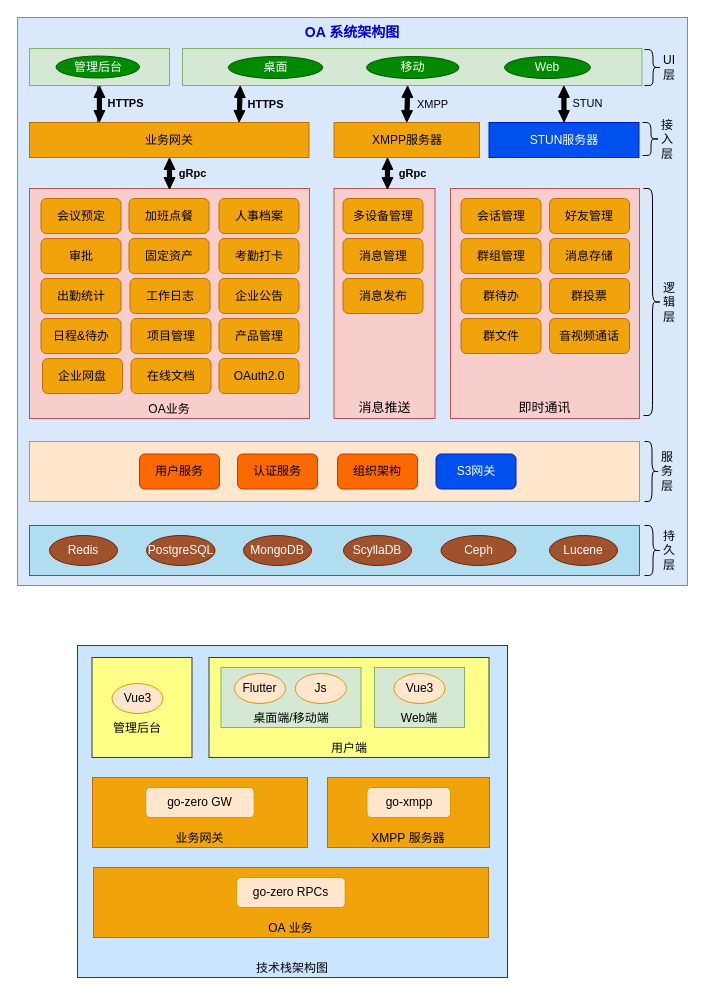
This is page "OA架构图" (3 of 4) of StreamOA架构设计.drawio from zebra-min/my-design, a draw.io file, before an edit. Source tidied: cells renumbered, new cells numbered last; positions are measured from the earlier drawing's top-left corner, leaving out a move shared by most shapes. Both pictures are drawn from the tidied source at 100%, with x=0, y=0 at pixel (17, 17).
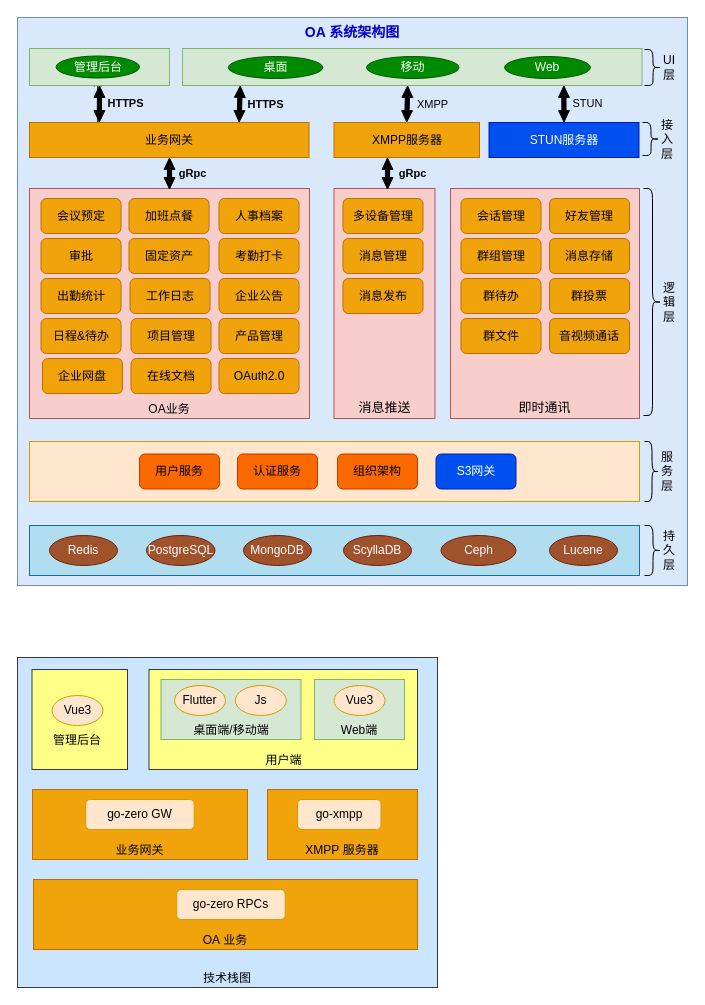
The same diagram, later.

Commit message:
更新StreamOA架构设计.drawio

Change to the diagram source:
```diff
@@
-    <mxCell id="2" value="技术栈架构图" style="rounded=0;whiteSpace=wrap;html=1;fillColor=#cce5ff;strokeColor=#36393d;verticalAlign=bottom;" parent="1" vertex="1">
-      <mxGeometry x="60" y="628" width="430" height="332" as="geometry" />
+    <mxCell id="2" value="技术栈图" style="rounded=0;whiteSpace=wrap;html=1;fillColor=#cce5ff;strokeColor=#36393d;verticalAlign=bottom;" parent="1" vertex="1">
+      <mxGeometry y="640" width="420" height="330" as="geometry" />
     </mxCell>
     <mxCell id="3" value="用户端" style="rounded=0;whiteSpace=wrap;html=1;verticalAlign=bottom;fillColor=#ffff88;strokeColor=#36393d;" parent="1" vertex="1">
-      <mxGeometry x="191.5" y="640" width="280" height="100" as="geometry" />
+      <mxGeometry x="131.5" y="652" width="268.5" height="100" as="geometry" />
     </mxCell>
@@
     <mxCell id="73" style="rounded=0;whiteSpace=wrap;html=1;verticalAlign=bottom;fillColor=#ffff88;strokeColor=#36393d;" parent="1" vertex="1">
-      <mxGeometry x="74.5" y="640" width="100" height="100" as="geometry" />
+      <mxGeometry x="14.5" y="652" width="95.5" height="100" as="geometry" />
     </mxCell>
     <mxCell id="74" value="Vue3" style="ellipse;whiteSpace=wrap;html=1;fillColor=#ffe6cc;strokeColor=#d79b00;" parent="1" vertex="1">
-      <mxGeometry x="94.5" y="666" width="51" height="30" as="geometry" />
+      <mxGeometry x="34.5" y="678" width="51" height="30" as="geometry" />
     </mxCell>
     <mxCell id="75" value="桌面端/移动端" style="rounded=0;whiteSpace=wrap;html=1;verticalAlign=bottom;fillColor=#d5e8d4;strokeColor=#82b366;" parent="1" vertex="1">
-      <mxGeometry x="203.5" y="650" width="140" height="60" as="geometry" />
+      <mxGeometry x="143.5" y="662" width="140" height="60" as="geometry" />
     </mxCell>
     <mxCell id="76" value="Flutter" style="ellipse;whiteSpace=wrap;html=1;fillColor=#ffe6cc;strokeColor=#d79b00;" parent="1" vertex="1">
-      <mxGeometry x="217" y="656" width="51" height="30" as="geometry" />
+      <mxGeometry x="157" y="668" width="51" height="30" as="geometry" />
     </mxCell>
     <mxCell id="77" value="Js" style="ellipse;whiteSpace=wrap;html=1;fillColor=#ffe6cc;strokeColor=#d79b00;" parent="1" vertex="1">
-      <mxGeometry x="277.8" y="656" width="51" height="30" as="geometry" />
+      <mxGeometry x="217.8" y="668" width="51" height="30" as="geometry" />
     </mxCell>
     <mxCell id="78" value="Web端" style="rounded=0;whiteSpace=wrap;html=1;verticalAlign=bottom;fillColor=#d5e8d4;strokeColor=#82b366;" parent="1" vertex="1">
-      <mxGeometry x="357" y="650" width="90" height="60" as="geometry" />
+      <mxGeometry x="297" y="662" width="90" height="60" as="geometry" />
     </mxCell>
     <mxCell id="79" value="Vue3" style="ellipse;whiteSpace=wrap;html=1;fillColor=#ffe6cc;strokeColor=#d79b00;" parent="1" vertex="1">
-      <mxGeometry x="376.5" y="656" width="51" height="30" as="geometry" />
+      <mxGeometry x="316.5" y="668" width="51" height="30" as="geometry" />
     </mxCell>
     <mxCell id="80" value="管理后台" style="text;html=1;align=center;verticalAlign=middle;whiteSpace=wrap;rounded=0;" parent="1" vertex="1">
-      <mxGeometry x="90" y="696" width="60" height="30" as="geometry" />
+      <mxGeometry x="30" y="708" width="60" height="30" as="geometry" />
     </mxCell>
     <mxCell id="81" value="业务网关" style="rounded=0;whiteSpace=wrap;html=1;fillColor=#f0a30a;strokeColor=#BD7000;fontColor=#000000;verticalAlign=bottom;" parent="1" vertex="1">
-      <mxGeometry x="75" y="760" width="215" height="70" as="geometry" />
+      <mxGeometry x="15" y="772" width="215" height="70" as="geometry" />
     </mxCell>
     <mxCell id="82" value="go-zero GW" style="rounded=1;whiteSpace=wrap;html=1;fillColor=#ffe6cc;strokeColor=#d79b00;" parent="1" vertex="1">
-      <mxGeometry x="128.2" y="770" width="108.5" height="30" as="geometry" />
+      <mxGeometry x="68.2" y="782" width="108.5" height="30" as="geometry" />
     </mxCell>
     <mxCell id="83" value="XMPP&amp;nbsp;服务器" style="rounded=0;whiteSpace=wrap;html=1;fillColor=#f0a30a;strokeColor=#BD7000;fontColor=#000000;verticalAlign=bottom;" parent="1" vertex="1">
-      <mxGeometry x="310" y="760" width="162" height="70" as="geometry" />
+      <mxGeometry x="250" y="772" width="150" height="70" as="geometry" />
     </mxCell>
     <mxCell id="84" value="go-xmpp" style="rounded=1;whiteSpace=wrap;html=1;fillColor=#ffe6cc;strokeColor=#d79b00;" parent="1" vertex="1">
-      <mxGeometry x="349.5" y="770" width="83.5" height="30" as="geometry" />
+      <mxGeometry x="280" y="782" width="83.5" height="30" as="geometry" />
     </mxCell>
     <mxCell id="85" value="OA&amp;nbsp;业务" style="rounded=0;whiteSpace=wrap;html=1;fillColor=#f0a30a;fontColor=#000000;strokeColor=#BD7000;verticalAlign=bottom;" parent="1" vertex="1">
-      <mxGeometry x="76" y="850" width="395" height="70" as="geometry" />
+      <mxGeometry x="16" y="862" width="384" height="70" as="geometry" />
     </mxCell>
     <mxCell id="86" value="go-zero&amp;nbsp;RPCs" style="rounded=1;whiteSpace=wrap;html=1;fillColor=#ffe6cc;strokeColor=#d79b00;" parent="1" vertex="1">
-      <mxGeometry x="219.2" y="860" width="108.5" height="30" as="geometry" />
+      <mxGeometry x="159.2" y="872" width="108.5" height="30" as="geometry" />
     </mxCell>
```
